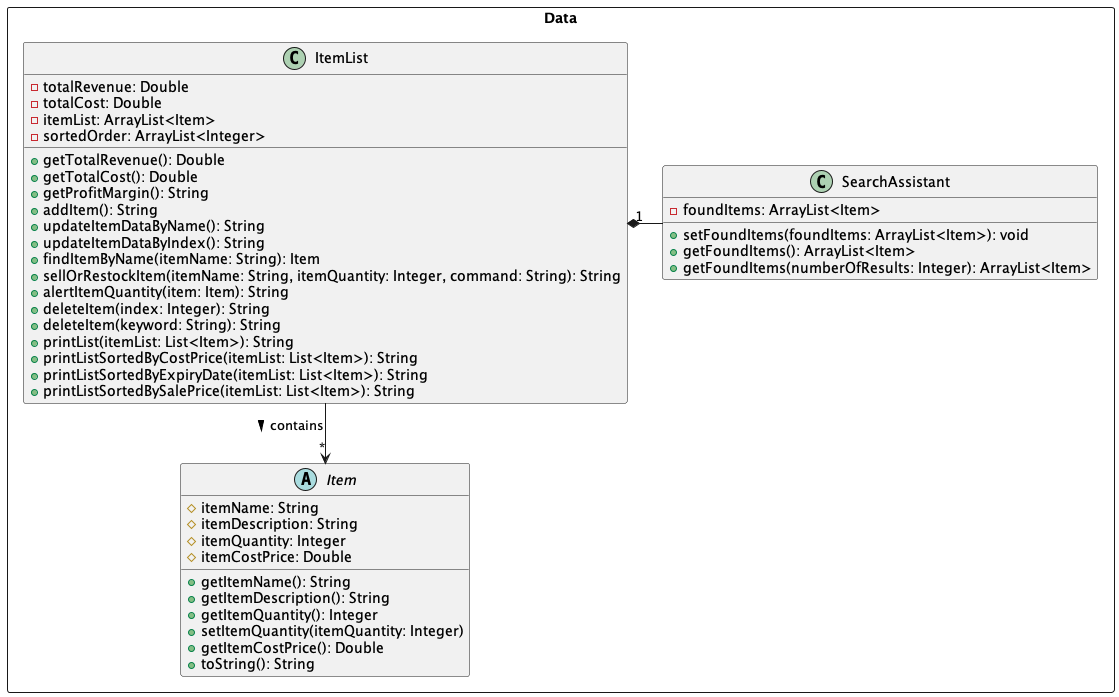
AY2324S2-CS2113T-T09-2/tp keeps this PlantUML diagram as docs/images/DataComponent.png. Above is the earlier version.
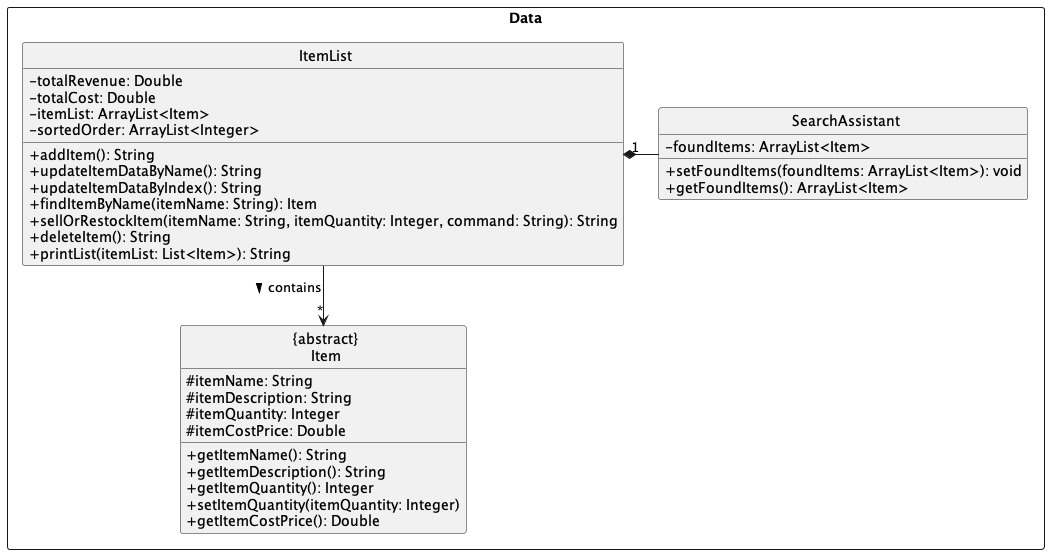
Above is the later version.

Change to the diagram source:
```diff
@@ -2,6 +2,9 @@
 
 skinparam componentStyle rectangle
 skinparam linetype ortho
+skinparam classAttributeIconSize 0
+skinparam CircledCharacterFontSize 0
+skinparam CircledCharacterRadius 0
 
 component Data {
 
@@ -11,24 +14,16 @@
         - itemList: ArrayList<Item>
         - sortedOrder: ArrayList<Integer>
 
-        + getTotalRevenue(): Double
-        + getTotalCost(): Double
-        + getProfitMargin(): String
         + addItem(): String
         + updateItemDataByName(): String
         + updateItemDataByIndex(): String
         + findItemByName(itemName: String): Item
         + sellOrRestockItem(itemName: String, itemQuantity: Integer, command: String): String
-        + alertItemQuantity(item: Item): String
-        + deleteItem(index: Integer): String
-        + deleteItem(keyword: String): String
+        + deleteItem(): String
         + printList(itemList: List<Item>): String
-        + printListSortedByCostPrice(itemList: List<Item>): String
-        + printListSortedByExpiryDate(itemList: List<Item>): String
-        + printListSortedBySalePrice(itemList: List<Item>): String
     }
 
-    abstract class Item {
+    class "{abstract}\nItem" {
         # itemName: String
         # itemDescription: String
         # itemQuantity: Integer
@@ -39,7 +34,6 @@
         + getItemQuantity(): Integer
         + setItemQuantity(itemQuantity: Integer)
         + getItemCostPrice(): Double
-        + toString(): String
     }
 
     class SearchAssistant {
@@ -47,12 +41,11 @@
 
         + setFoundItems(foundItems: ArrayList<Item>): void
         + getFoundItems(): ArrayList<Item>
-        + getFoundItems(numberOfResults: Integer): ArrayList<Item>
     }
 
     SearchAssistant -left-* "1" ItemList
 
-    ItemList --> "*" Item : > contains
+    ItemList --> "*" "{abstract}\nItem" : > contains
 }
 
 @enduml
```
